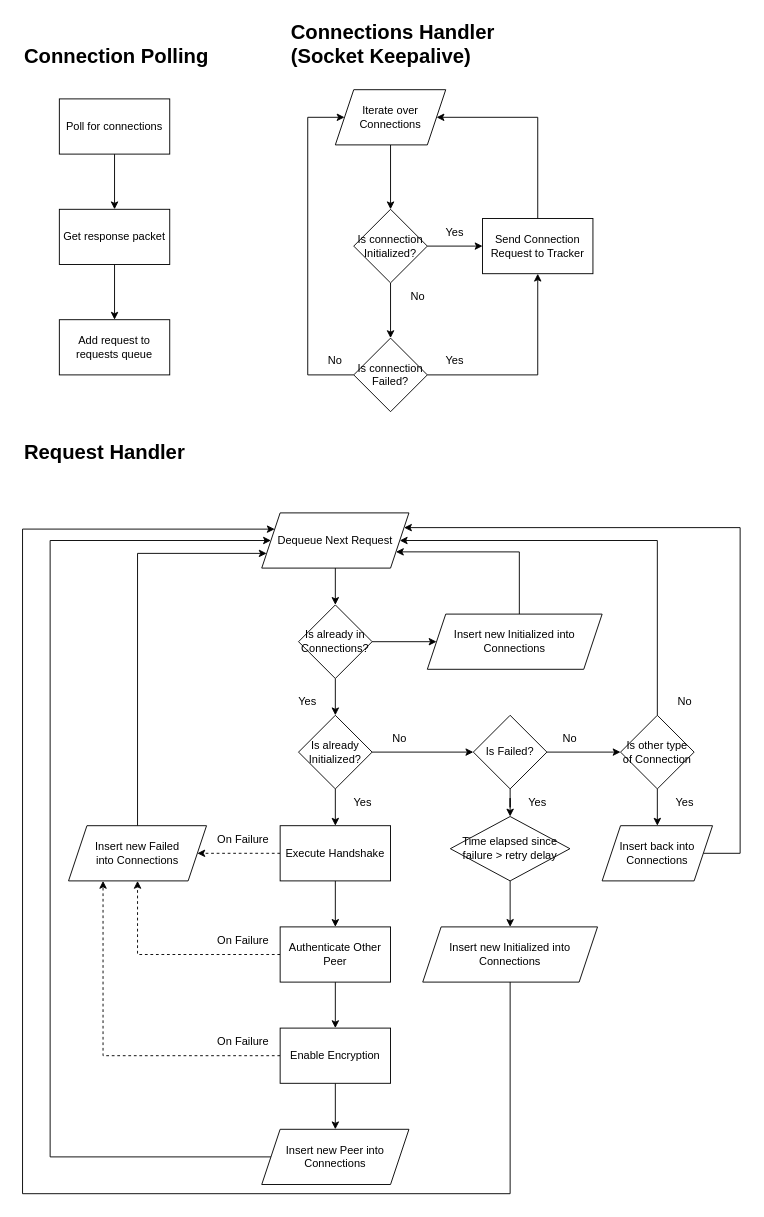
Before: page "Aether Handlers" (3 of 10) of Software-Architecture.drawio in Prototype-Aether/Prototype-Aether, a draw.io diagram. Source tidied: cells renumbered, new cells numbered last; positions are measured from the earlier drawing's top-left corner, leaving out a move shared by most shapes. Both pictures are drawn from the tidied source at 92%, with x=0, y=0 at pixel (22, 16).
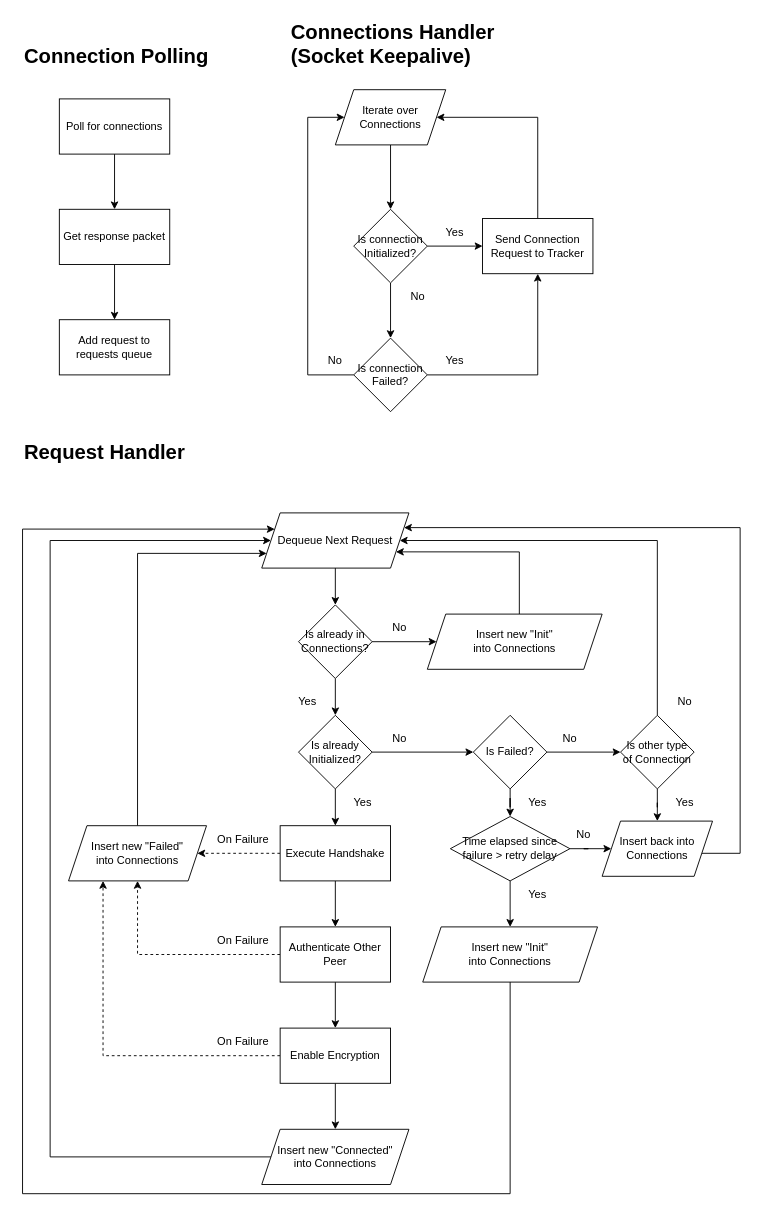
After the change.

Unchanged cells that the change refers to:
```xml
<mxCell id="51" value="Time elapsed since failure &amp;gt; retry delay" style="rhombus;whiteSpace=wrap;html=1;" parent="1" vertex="1">
  <mxGeometry x="465" y="870" width="130" height="70" as="geometry" />
</mxCell>
```

The edit, as a diff of the source:
```diff
@@
-    <mxCell id="48" value="Insert new Failed&lt;br&gt;into Connections" style="shape=parallelogram;perimeter=parallelogramPerimeter;whiteSpace=wrap;html=1;fixedSize=1;" parent="1" vertex="1">
+    <mxCell id="48" value="Insert new &quot;Failed&quot;&lt;br&gt;into Connections" style="shape=parallelogram;perimeter=parallelogramPerimeter;whiteSpace=wrap;html=1;fixedSize=1;" parent="1" vertex="1">
       <mxGeometry x="50" y="880" width="150" height="60" as="geometry" />
     </mxCell>
-    <mxCell id="49" value="Insert new Peer into Connections" style="shape=parallelogram;perimeter=parallelogramPerimeter;whiteSpace=wrap;html=1;fixedSize=1;" parent="1" vertex="1">
+    <mxCell id="49" value="Insert new &quot;Connected&quot;&lt;br&gt;into Connections" style="shape=parallelogram;perimeter=parallelogramPerimeter;whiteSpace=wrap;html=1;fixedSize=1;" parent="1" vertex="1">
       <mxGeometry x="260" y="1210" width="160" height="60" as="geometry" />
     </mxCell>
@@
+    <mxCell id="69" style="edgeStyle=orthogonalEdgeStyle;rounded=0;jettySize=auto;html=1;entryX=0;entryY=0.5;entryDx=0;entryDy=0;startArrow=none;startFill=0;" parent="1" edge="1" source="51" target="58">
+      <mxGeometry relative="1" as="geometry" />
+    </mxCell>
@@
-    <mxCell id="53" value="Insert new Initialized into Connections" style="shape=parallelogram;perimeter=parallelogramPerimeter;whiteSpace=wrap;html=1;fixedSize=1;" parent="1" vertex="1">
+    <mxCell id="53" value="Insert new &quot;Init&quot;&lt;br&gt;into Connections" style="shape=parallelogram;perimeter=parallelogramPerimeter;whiteSpace=wrap;html=1;fixedSize=1;" parent="1" vertex="1">
       <mxGeometry x="435" y="990" width="190" height="60" as="geometry" />
     </mxCell>
@@
     <mxCell id="58" value="Insert back into Connections" style="shape=parallelogram;perimeter=parallelogramPerimeter;whiteSpace=wrap;html=1;fixedSize=1;" parent="1" vertex="1">
-      <mxGeometry x="630" y="880" width="120" height="60" as="geometry" />
+      <mxGeometry x="630" y="875" width="120" height="60" as="geometry" />
     </mxCell>
@@
-    <mxCell id="67" value="Insert new Initialized into Connections" style="shape=parallelogram;perimeter=parallelogramPerimeter;whiteSpace=wrap;html=1;fixedSize=1;" parent="1" vertex="1">
+    <mxCell id="67" value="Insert new &quot;Init&quot;&lt;br&gt;into Connections" style="shape=parallelogram;perimeter=parallelogramPerimeter;whiteSpace=wrap;html=1;fixedSize=1;" parent="1" vertex="1">
       <mxGeometry x="440" y="650" width="190" height="60" as="geometry" />
     </mxCell>
@@
+    <mxCell id="70" value="No" style="text;html=1;strokeColor=none;fillColor=none;align=center;verticalAlign=middle;whiteSpace=wrap;rounded=0;" parent="1" vertex="1">
+      <mxGeometry x="380" y="650" width="60" height="30" as="geometry" />
+    </mxCell>
+    <mxCell id="71" value="Yes" style="text;html=1;strokeColor=none;fillColor=none;align=center;verticalAlign=middle;whiteSpace=wrap;rounded=0;" parent="1" vertex="1">
+      <mxGeometry x="530" y="940" width="60" height="30" as="geometry" />
+    </mxCell>
+    <mxCell id="72" value="No" style="text;html=1;strokeColor=none;fillColor=none;align=center;verticalAlign=middle;whiteSpace=wrap;rounded=0;" parent="1" vertex="1">
+      <mxGeometry x="580" y="875" width="60" height="30" as="geometry" />
+    </mxCell>
```
